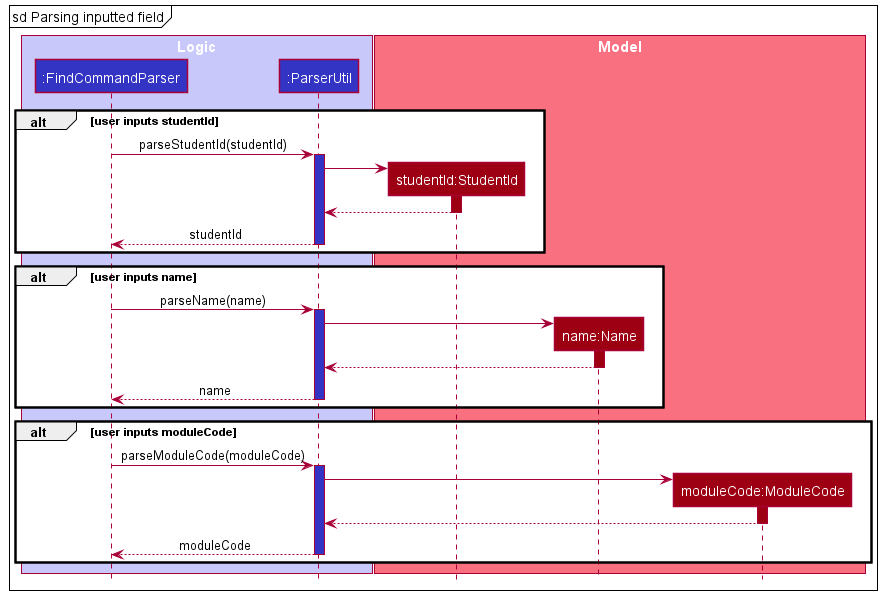
Above: docs/images/FindCommandSequenceDiagram-2.png in nus-cs2103-AY2122S2/tp (PlantUML), before the change.
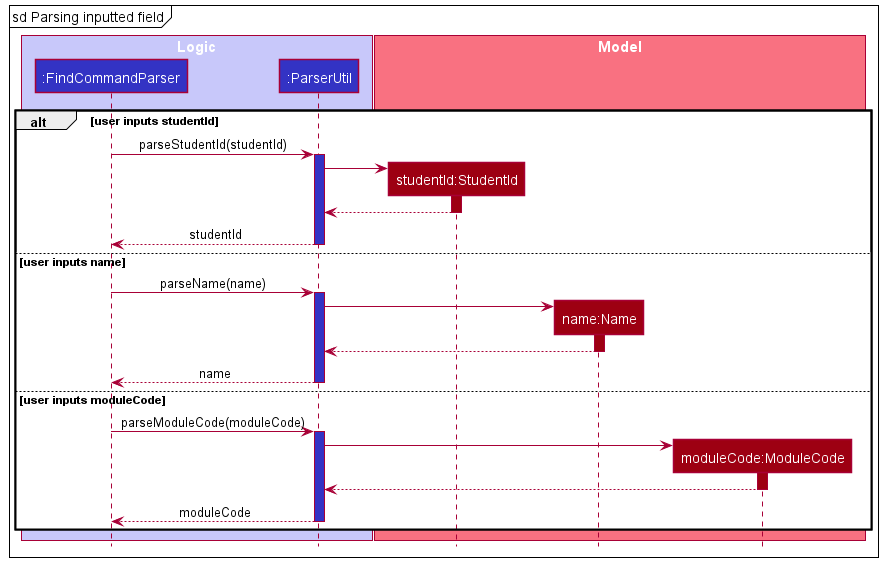
After the change.

Commit message:
Update sequence diagram

The edit, as a diff of the source:
```diff
@@ -22,9 +22,8 @@
     StudentId --> ParserUtil
     deactivate StudentId
     ParserUtil --> FindCommandParser -- MODEL_COLOR: studentId
-end
 
-alt user inputs name
+else user inputs name
     FindCommandParser -> ParserUtil ++ LOGIC_COLOR: parseName(name)
     create Name
     ParserUtil -> Name
@@ -32,9 +31,8 @@
     Name --> ParserUtil
     deactivate Name
     ParserUtil --> FindCommandParser -- MODEL_COLOR: name
-end
 
-alt user inputs moduleCode
+else user inputs moduleCode
     FindCommandParser -> ParserUtil ++ LOGIC_COLOR: parseModuleCode(moduleCode)
     create ModuleCode
     ParserUtil -> ModuleCode
```
